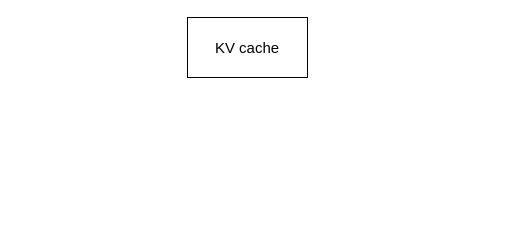
Above: LLM Serve System.drawio in jsfvcxu/for-drawio (draw.io), before the change. Source tidied: cells renumbered, new cells numbered last; positions are measured from the earlier drawing's top-left corner, leaving out a move shared by most shapes. Both pictures are drawn from the tidied source at 100%, with x=0, y=0 at pixel (187, 17).
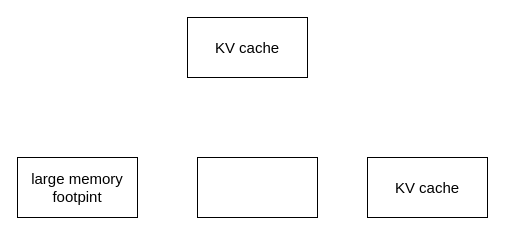
After the change.

Change to the diagram source:
```diff
@@
 <mxGraphModel>
   <root>
     <mxCell id="0" />
     <mxCell id="1" parent="0" />
     <mxCell id="2" value="&lt;font style=&quot;font-size: 15px;&quot;&gt;KV cache&lt;/font&gt;" style="rounded=0;whiteSpace=wrap;html=1;" parent="1" vertex="1">
       <mxGeometry width="120" height="60" as="geometry" />
     </mxCell>
+    <mxCell id="3" value="&lt;span style=&quot;font-size: 15px;&quot;&gt;large memory footpint&lt;/span&gt;" style="rounded=0;whiteSpace=wrap;html=1;" parent="1" vertex="1">
+      <mxGeometry x="-170" y="140" width="120" height="60" as="geometry" />
+    </mxCell>
+    <mxCell id="4" style="rounded=0;whiteSpace=wrap;html=1;" parent="1" vertex="1">
+      <mxGeometry x="10" y="140" width="120" height="60" as="geometry" />
+    </mxCell>
+    <mxCell id="5" value="&lt;font style=&quot;font-size: 15px;&quot;&gt;KV cache&lt;/font&gt;" style="rounded=0;whiteSpace=wrap;html=1;" parent="1" vertex="1">
+      <mxGeometry x="180" y="140" width="120" height="60" as="geometry" />
+    </mxCell>
   </root>
 </mxGraphModel>
```
